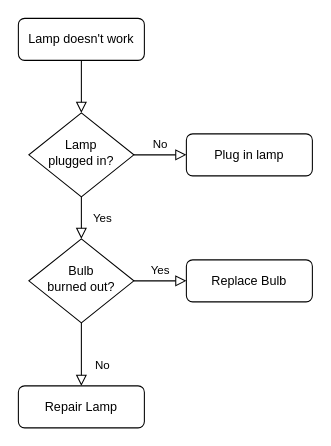
ElenaSchemel1/Portfolio keeps this draw.io diagram as Untitled Diagram.drawio. Above is the earlier version. Source tidied: cells renumbered, new cells numbered last; positions are measured from the earlier drawing's top-left corner, leaving out a move shared by most shapes. Both pictures are drawn from the tidied source at 105%, with x=0, y=0 at pixel (18, 18).
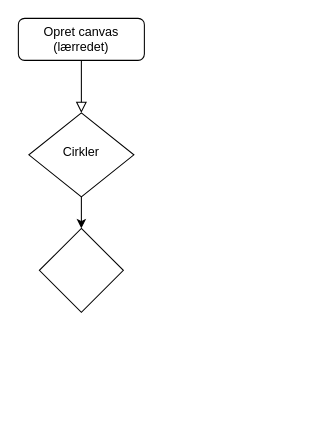
After the change.

What changed in the source:
```diff
@@
 <mxGraphModel>
   <root>
     <mxCell id="0" />
     <mxCell id="1" parent="0" />
     <mxCell id="2" style="rounded=0;html=1;jettySize=auto;fontSize=11;endArrow=block;endFill=0;endSize=8;strokeWidth=1;shadow=0;labelBackgroundColor=none;edgeStyle=orthogonalEdgeStyle;" parent="1" edge="1" source="3" target="6">
       <mxGeometry relative="1" as="geometry" />
     </mxCell>
-    <mxCell id="3" value="Lamp doesn't work" style="rounded=1;whiteSpace=wrap;html=1;fontSize=12;glass=0;strokeWidth=1;shadow=0;" parent="1" vertex="1">
+    <mxCell id="3" value="Opret canvas (lærredet)" style="rounded=1;whiteSpace=wrap;html=1;fontSize=12;glass=0;strokeWidth=1;shadow=0;" parent="1" vertex="1">
       <mxGeometry width="120" height="40" as="geometry" />
     </mxCell>
-    <mxCell id="4" value="Yes" style="rounded=0;html=1;jettySize=auto;fontSize=11;endArrow=block;endFill=0;endSize=8;strokeWidth=1;shadow=0;labelBackgroundColor=none;edgeStyle=orthogonalEdgeStyle;" parent="1" edge="1" source="6" target="10">
-      <mxGeometry y="20" relative="1" as="geometry" />
-    </mxCell>
-    <mxCell id="5" value="No" style="edgeStyle=orthogonalEdgeStyle;rounded=0;html=1;jettySize=auto;fontSize=11;endArrow=block;endFill=0;endSize=8;strokeWidth=1;shadow=0;labelBackgroundColor=none;" parent="1" edge="1" source="6" target="7">
-      <mxGeometry y="10" relative="1" as="geometry" />
-    </mxCell>
-    <mxCell id="6" value="Lamp&lt;br&gt;plugged in?" style="rhombus;whiteSpace=wrap;html=1;shadow=0;fontFamily=Helvetica;fontSize=12;align=center;strokeWidth=1;spacing=6;spacingTop=-4;" parent="1" vertex="1">
+    <mxCell id="6" value="Cirkler" style="rhombus;whiteSpace=wrap;html=1;shadow=0;fontFamily=Helvetica;fontSize=12;align=center;strokeWidth=1;spacing=6;spacingTop=-4;" parent="1" vertex="1">
       <mxGeometry x="10" y="90" width="100" height="80" as="geometry" />
     </mxCell>
-    <mxCell id="7" value="Plug in lamp" style="rounded=1;whiteSpace=wrap;html=1;fontSize=12;glass=0;strokeWidth=1;shadow=0;" parent="1" vertex="1">
-      <mxGeometry x="160" y="110" width="120" height="40" as="geometry" />
-    </mxCell>
-    <mxCell id="8" value="No" style="rounded=0;html=1;jettySize=auto;fontSize=11;endArrow=block;endFill=0;endSize=8;strokeWidth=1;shadow=0;labelBackgroundColor=none;edgeStyle=orthogonalEdgeStyle;" parent="1" edge="1" source="10" target="11">
-      <mxGeometry x="0.33" y="20" relative="1" as="geometry" />
-    </mxCell>
-    <mxCell id="9" value="Yes" style="edgeStyle=orthogonalEdgeStyle;rounded=0;html=1;jettySize=auto;fontSize=11;endArrow=block;endFill=0;endSize=8;strokeWidth=1;shadow=0;labelBackgroundColor=none;" parent="1" edge="1" source="10" target="12">
-      <mxGeometry y="10" relative="1" as="geometry" />
-    </mxCell>
-    <mxCell id="10" value="Bulb&lt;br&gt;burned out?" style="rhombus;whiteSpace=wrap;html=1;shadow=0;fontFamily=Helvetica;fontSize=12;align=center;strokeWidth=1;spacing=6;spacingTop=-4;" parent="1" vertex="1">
-      <mxGeometry x="10" y="210" width="100" height="80" as="geometry" />
-    </mxCell>
-    <mxCell id="11" value="Repair Lamp" style="rounded=1;whiteSpace=wrap;html=1;fontSize=12;glass=0;strokeWidth=1;shadow=0;" parent="1" vertex="1">
-      <mxGeometry y="350" width="120" height="40" as="geometry" />
-    </mxCell>
-    <mxCell id="12" value="Replace Bulb" style="rounded=1;whiteSpace=wrap;html=1;fontSize=12;glass=0;strokeWidth=1;shadow=0;" parent="1" vertex="1">
-      <mxGeometry x="160" y="230" width="120" height="40" as="geometry" />
-    </mxCell>
+    <mxCell id="13" style="endArrow=classic;html=1;rounded=0;exitX=0.5;exitY=1;exitDx=0;exitDy=0;" parent="1" edge="1" source="6">
+      <mxGeometry relative="1" as="geometry">
+        <mxPoint x="60" y="200" as="targetPoint" />
+      </mxGeometry>
+    </mxCell>
+    <mxCell id="14" style="rhombus;whiteSpace=wrap;html=1;" parent="1" vertex="1">
+      <mxGeometry x="20" y="200" width="80" height="80" as="geometry" />
+    </mxCell>
   </root>
 </mxGraphModel>
```
